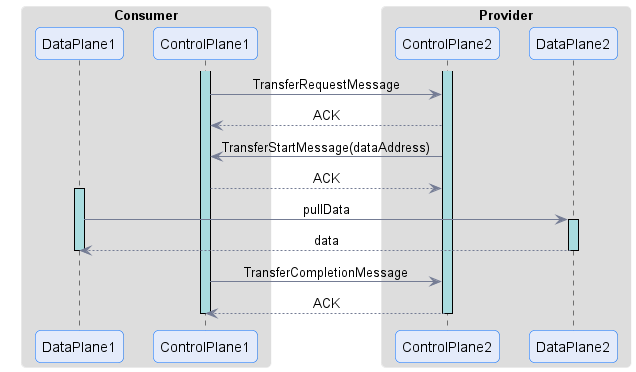
Before: transfer/figures/pull-transfer-process.png, a diagram exported from PlantUML (International-Data-Spaces-Association/ids-specification).
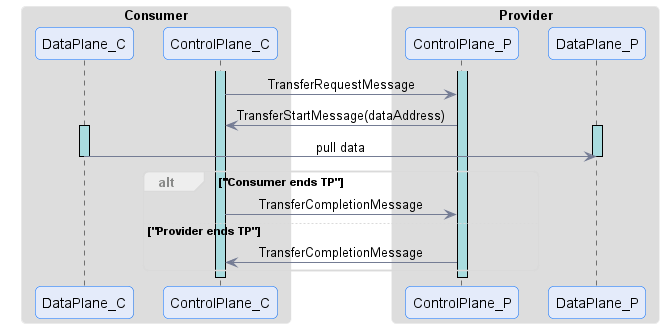
After the change.

Commit message:
chore: refactor transfer process description (#238)

The edit, as a diff of the source:
```diff
@@ -1,42 +1,42 @@
 @startuml "pull-transfer-process"
 !pragma layout smetana
 
-!include ../common/style/diagram.styles.puml
+!include ../../common/style/diagram.styles.puml
 
 hide empty description
 
 skinparam defaultTextAlignment center
 
 box Consumer
-participant DataPlane1
-participant ControlPlane1
+participant DataPlane_C
+participant ControlPlane_C
 end box
 
 box Provider
-participant ControlPlane2
-participant DataPlane2
+participant ControlPlane_P
+participant DataPlane_P
 end box
 
-activate ControlPlane1
-activate ControlPlane2
+activate ControlPlane_C
+activate ControlPlane_P
 
-ControlPlane1 -> ControlPlane2 : TransferRequestMessage
-ControlPlane2 --> ControlPlane1 : ACK
+ControlPlane_C -> ControlPlane_P : TransferRequestMessage
 
-ControlPlane2 -> ControlPlane1 : TransferStartMessage(dataAddress)
-ControlPlane1 --> ControlPlane2 : ACK
+ControlPlane_P -> ControlPlane_C : TransferStartMessage(dataAddress)
 
-activate DataPlane1
-DataPlane1 -> DataPlane2 : pullData
-activate DataPlane2
-DataPlane2 --> DataPlane1 : data
-deactivate DataPlane2
-deactivate DataPlane1
+activate DataPlane_C
+activate DataPlane_P
+DataPlane_C -> DataPlane_P : pull data
+deactivate DataPlane_P
+deactivate DataPlane_C
 
-ControlPlane1 -> ControlPlane2 : TransferCompletionMessage
-ControlPlane2 --> ControlPlane1 : ACK
+alt "Consumer ends TP"
+    ControlPlane_C -> ControlPlane_P : TransferCompletionMessage
+else "Provider ends TP"
+    ControlPlane_P -> ControlPlane_C : TransferCompletionMessage
+end
 
-deactivate ControlPlane1
-deactivate ControlPlane2
+deactivate ControlPlane_C
+deactivate ControlPlane_P
 
 @enduml
```
